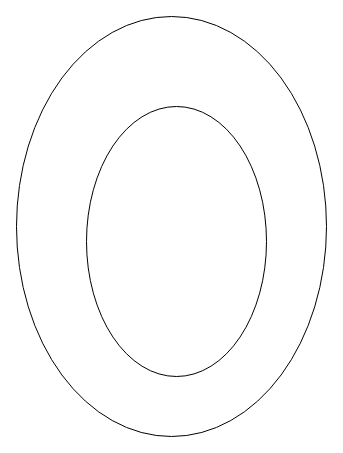
Lelter/MTLRS_drawio keeps this draw.io diagram as MTLRS_module.drawio. Above is the earlier version. Source tidied: cells renumbered, new cells numbered last; positions are measured from the earlier drawing's top-left corner, leaving out a move shared by most shapes. Both pictures are drawn from the tidied source at 100%, with x=0, y=0 at pixel (16, 16).
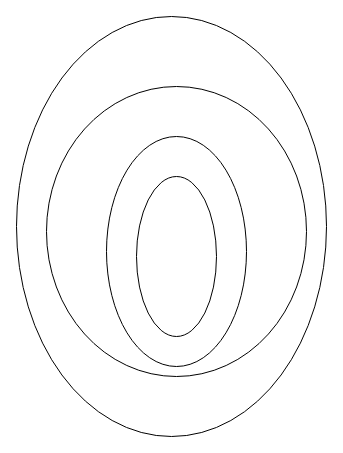
The same diagram, later.

Diff of the diagram source:
```diff
@@
 <mxGraphModel>
   <root>
     <mxCell id="0" />
     <mxCell id="1" parent="0" />
     <mxCell id="2" style="ellipse;whiteSpace=wrap;html=1;" parent="1" vertex="1">
       <mxGeometry width="310" height="420" as="geometry" />
     </mxCell>
     <mxCell id="3" style="ellipse;whiteSpace=wrap;html=1;" parent="1" vertex="1">
-      <mxGeometry x="70" y="90" width="180" height="270" as="geometry" />
+      <mxGeometry x="30" y="70" width="260" height="290" as="geometry" />
     </mxCell>
+    <mxCell id="4" style="ellipse;whiteSpace=wrap;html=1;" parent="1" vertex="1">
+      <mxGeometry x="90" y="120" width="140" height="230" as="geometry" />
+    </mxCell>
+    <mxCell id="5" style="ellipse;whiteSpace=wrap;html=1;" parent="1" vertex="1">
+      <mxGeometry x="120" y="160" width="80" height="160" as="geometry" />
+    </mxCell>
   </root>
 </mxGraphModel>
```
